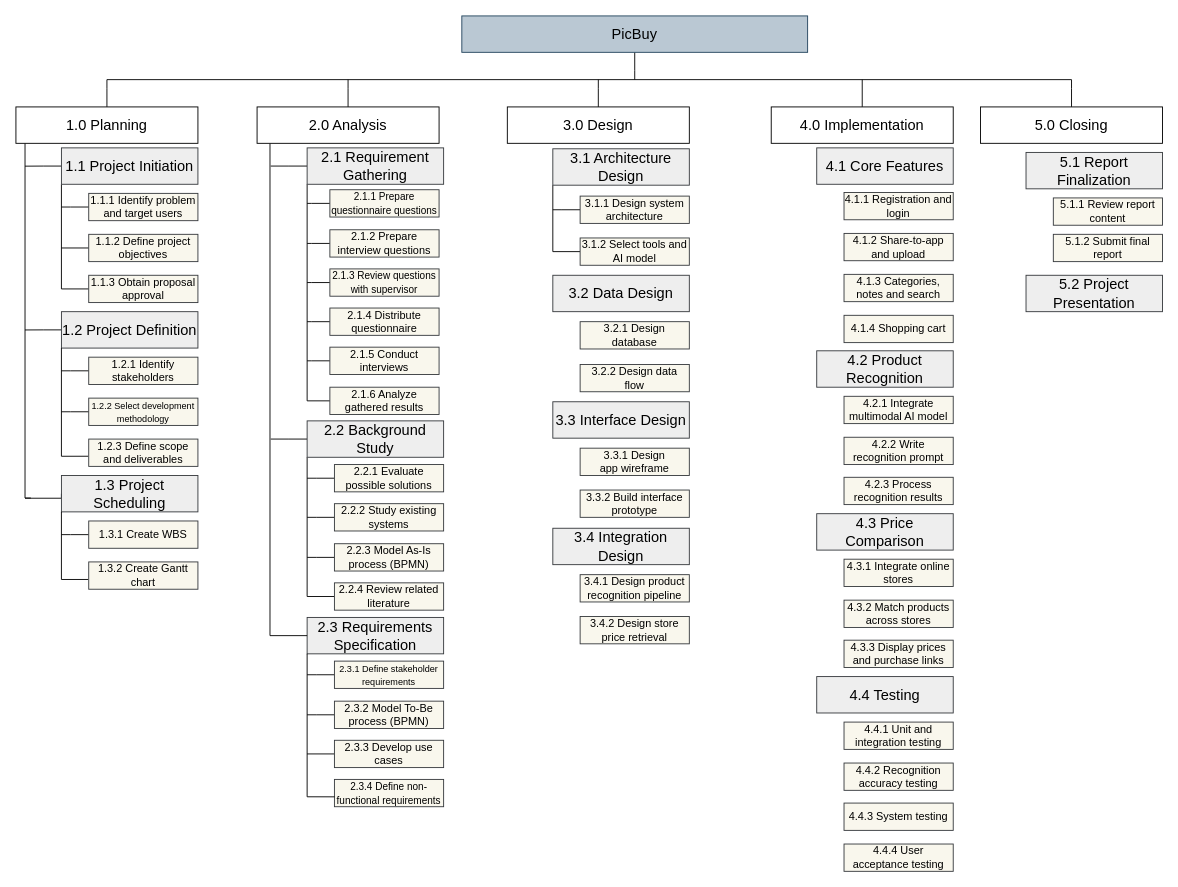
Earlier version of the draw.io diagram GP1-Models.drawio (Ameerarmh/PicBuy). Source tidied: cells renumbered, new cells numbered last; positions are measured from the earlier drawing's top-left corner, leaving out a move shared by most shapes. Both pictures are drawn from the tidied source at 91%, with x=0, y=0 at pixel (15, 15).
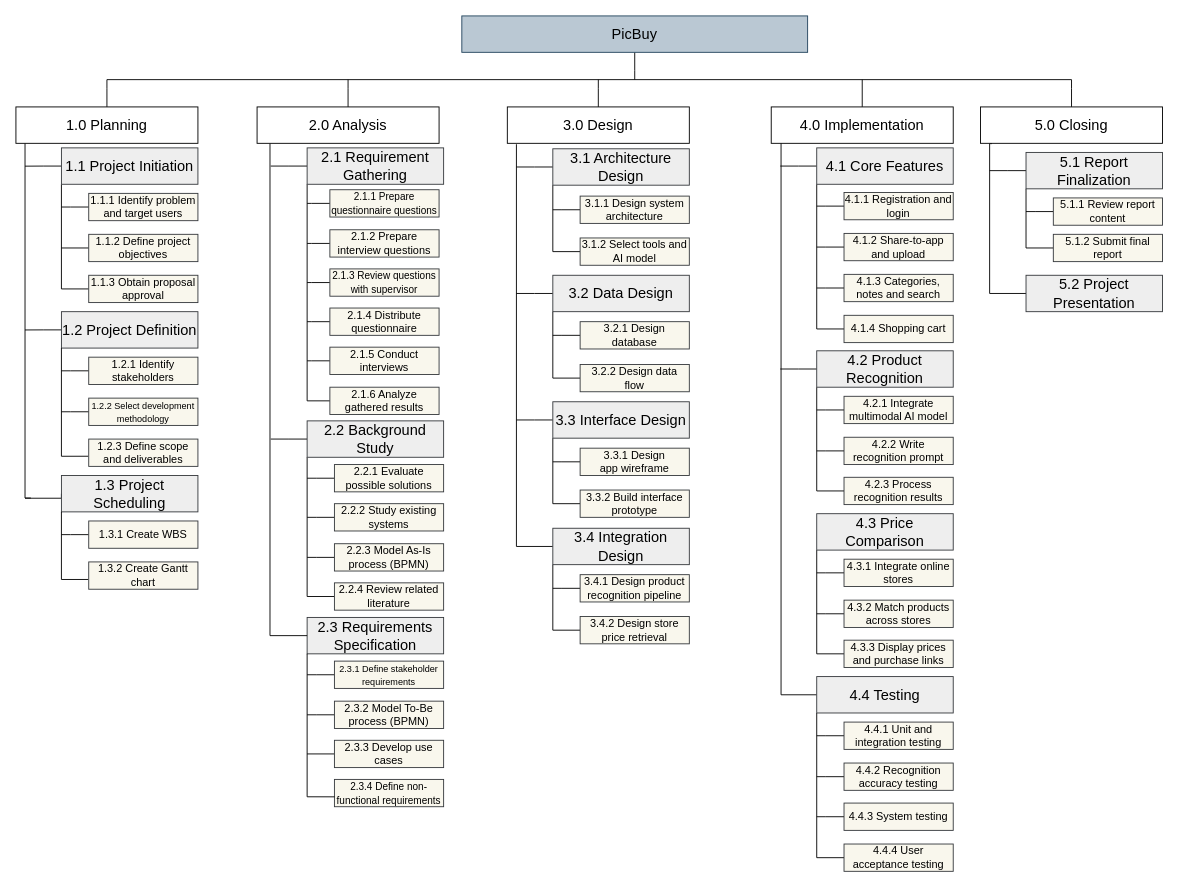
The same diagram, later.

Unchanged cells that the change refers to:
```xml
<mxCell id="3" value="&lt;span style=&quot;font-size: medium; text-align: start;&quot;&gt;5.0 Closing&lt;/span&gt;" style="rounded=0;whiteSpace=wrap;html=1;" parent="1" vertex="1">
<mxCell id="12" value="&lt;span style=&quot;font-size: medium; text-align: start;&quot;&gt;3.0 Design&lt;/span&gt;" style="rounded=0;whiteSpace=wrap;html=1;" parent="1" vertex="1">
<mxCell id="14" value="&lt;span style=&quot;font-size: medium; text-align: start;&quot;&gt;4.0 Implementation&lt;/span&gt;" style="rounded=0;whiteSpace=wrap;html=1;" parent="1" vertex="1">
<mxCell id="68" value="&lt;span style=&quot;font-size: medium; text-align: start;&quot;&gt;3.1 Architecture Design&lt;/span&gt;" style="rounded=0;whiteSpace=wrap;html=1;fillColor=#eeeeee;strokeColor=#36393d;" parent="1" vertex="1">
<mxCell id="69" value="&lt;span style=&quot;font-size: medium; text-align: start;&quot;&gt;3.3 Interface Design&lt;/span&gt;" style="rounded=0;whiteSpace=wrap;html=1;fillColor=#eeeeee;strokeColor=#36393d;" parent="1" vertex="1">
<mxCell id="70" value="&lt;span style=&quot;font-size: medium; text-align: start;&quot;&gt;3.2 Data Design&lt;/span&gt;" style="rounded=0;whiteSpace=wrap;html=1;fillColor=#eeeeee;strokeColor=#36393d;" parent="1" vertex="1">
<mxCell id="74" value="&lt;span style=&quot;text-align: start;&quot;&gt;&lt;font&gt;3.2.2 Design data flow&lt;/font&gt;&lt;/span&gt;" style="rounded=0;whiteSpace=wrap;html=1;fillColor=#f9f7ed;strokeColor=#36393d;" parent="1" vertex="1">
<mxCell id="75" value="&lt;span style=&quot;text-align: start;&quot;&gt;&lt;font&gt;3.2.1 Design database&lt;/font&gt;&lt;/span&gt;" style="rounded=0;whiteSpace=wrap;html=1;fillColor=#f9f7ed;strokeColor=#36393d;" parent="1" vertex="1">
<mxCell id="76" value="&lt;span style=&quot;text-align: start;&quot;&gt;&lt;font&gt;3.3.2 Build interface prototype&lt;/font&gt;&lt;/span&gt;" style="rounded=0;whiteSpace=wrap;html=1;fillColor=#f9f7ed;strokeColor=#36393d;" parent="1" vertex="1">
<mxCell id="77" value="&lt;span style=&quot;text-align: start;&quot;&gt;&lt;font&gt;3.3.1 Design app&amp;nbsp;&lt;/font&gt;&lt;/span&gt;wireframe" style="rounded=0;whiteSpace=wrap;html=1;fillColor=#f9f7ed;strokeColor=#36393d;" parent="1" vertex="1">
<mxCell id="78" value="&lt;span style=&quot;font-size: medium; text-align: start;&quot;&gt;3.4 Integration Design&lt;/span&gt;" style="rounded=0;whiteSpace=wrap;html=1;fillColor=#eeeeee;strokeColor=#36393d;" parent="1" vertex="1">
<mxCell id="79" value="&lt;span style=&quot;text-align: start;&quot;&gt;&lt;font&gt;3.4.2 Design store price retrieval&lt;/font&gt;&lt;/span&gt;" style="rounded=0;whiteSpace=wrap;html=1;fillColor=#f9f7ed;strokeColor=#36393d;" parent="1" vertex="1">
<mxCell id="80" value="&lt;span style=&quot;text-align: start;&quot;&gt;&lt;font&gt;3.4.1 Design product recognition pipeline&lt;/font&gt;&lt;/span&gt;" style="rounded=0;whiteSpace=wrap;html=1;fillColor=#f9f7ed;strokeColor=#36393d;" parent="1" vertex="1">
<mxCell id="81" value="&lt;span style=&quot;font-size: medium; text-align: start;&quot;&gt;4.1 Core Features&lt;/span&gt;" style="rounded=0;whiteSpace=wrap;html=1;fillColor=#eeeeee;strokeColor=#36393d;" parent="1" vertex="1">
<mxCell id="82" value="&lt;span style=&quot;text-align: start;&quot;&gt;&lt;font&gt;4.1.4 Shopping cart&lt;/font&gt;&lt;/span&gt;" style="rounded=0;whiteSpace=wrap;html=1;fillColor=#f9f7ed;strokeColor=#36393d;" parent="1" vertex="1">
<mxCell id="83" value="&lt;span style=&quot;text-align: start;&quot;&gt;&lt;font&gt;4.1.3 Categories, notes and search&lt;/font&gt;&lt;/span&gt;" style="rounded=0;whiteSpace=wrap;html=1;fillColor=#f9f7ed;strokeColor=#36393d;" parent="1" vertex="1">
<mxCell id="84" value="&lt;span style=&quot;text-align: start;&quot;&gt;&lt;font&gt;4.1.2 Share-to-app and upload&lt;/font&gt;&lt;/span&gt;" style="rounded=0;whiteSpace=wrap;html=1;fillColor=#f9f7ed;strokeColor=#36393d;" parent="1" vertex="1">
<mxCell id="85" value="&lt;span style=&quot;text-align: start;&quot;&gt;&lt;font&gt;4.1.1 Registration and login&lt;/font&gt;&lt;/span&gt;" style="rounded=0;whiteSpace=wrap;html=1;fillColor=#f9f7ed;strokeColor=#36393d;" parent="1" vertex="1">
<mxCell id="86" value="&lt;span style=&quot;font-size: medium; text-align: start;&quot;&gt;4.2 Product Recognition&lt;/span&gt;" style="rounded=0;whiteSpace=wrap;html=1;fillColor=#eeeeee;strokeColor=#36393d;" parent="1" vertex="1">
<mxCell id="87" value="&lt;span style=&quot;text-align: start;&quot;&gt;&lt;font&gt;4.2.2 Write recognition prompt&lt;/font&gt;&lt;/span&gt;" style="rounded=0;whiteSpace=wrap;html=1;fillColor=#f9f7ed;strokeColor=#36393d;" parent="1" vertex="1">
<mxCell id="88" value="&lt;span style=&quot;text-align: start;&quot;&gt;&lt;font&gt;4.2.1 Integrate multimodal AI model&lt;/font&gt;&lt;/span&gt;" style="rounded=0;whiteSpace=wrap;html=1;fillColor=#f9f7ed;strokeColor=#36393d;" parent="1" vertex="1">
<mxCell id="89" value="&lt;span style=&quot;font-size: medium; text-align: start;&quot;&gt;4.3 Price Comparison&lt;/span&gt;" style="rounded=0;whiteSpace=wrap;html=1;fillColor=#eeeeee;strokeColor=#36393d;" parent="1" vertex="1">
<mxCell id="90" value="&lt;span style=&quot;text-align: start;&quot;&gt;&lt;font&gt;4.3.3 Display prices and purchase links&lt;/font&gt;&lt;/span&gt;" style="rounded=0;whiteSpace=wrap;html=1;fillColor=#f9f7ed;strokeColor=#36393d;" parent="1" vertex="1">
<mxCell id="91" value="&lt;span style=&quot;text-align: start;&quot;&gt;&lt;font&gt;4.3.2 Match products across stores&lt;/font&gt;&lt;/span&gt;" style="rounded=0;whiteSpace=wrap;html=1;fillColor=#f9f7ed;strokeColor=#36393d;" parent="1" vertex="1">
<mxCell id="92" value="&lt;span style=&quot;text-align: start;&quot;&gt;&lt;font&gt;4.3.1 Integrate online stores&lt;/font&gt;&lt;/span&gt;" style="rounded=0;whiteSpace=wrap;html=1;fillColor=#f9f7ed;strokeColor=#36393d;" parent="1" vertex="1">
<mxCell id="93" value="&lt;span style=&quot;font-size: medium; text-align: start;&quot;&gt;4.4 Testing&lt;/span&gt;" style="rounded=0;whiteSpace=wrap;html=1;fillColor=#eeeeee;strokeColor=#36393d;" parent="1" vertex="1">
<mxCell id="94" value="&lt;span style=&quot;text-align: start;&quot;&gt;&lt;font&gt;4.4.3 System testing&lt;/font&gt;&lt;/span&gt;" style="rounded=0;whiteSpace=wrap;html=1;fillColor=#f9f7ed;strokeColor=#36393d;" parent="1" vertex="1">
<mxCell id="95" value="&lt;span style=&quot;text-align: start;&quot;&gt;&lt;font&gt;4.4.2 Recognition accuracy testing&lt;/font&gt;&lt;/span&gt;" style="rounded=0;whiteSpace=wrap;html=1;fillColor=#f9f7ed;strokeColor=#36393d;" parent="1" vertex="1">
<mxCell id="96" value="&lt;span style=&quot;text-align: start;&quot;&gt;&lt;font&gt;4.4.1 Unit and integration testing&lt;/font&gt;&lt;/span&gt;" style="rounded=0;whiteSpace=wrap;html=1;fillColor=#f9f7ed;strokeColor=#36393d;" parent="1" vertex="1">
<mxCell id="97" value="&lt;span style=&quot;font-size: medium; text-align: start;&quot;&gt;5.1 Report Finalization&lt;/span&gt;" style="rounded=0;whiteSpace=wrap;html=1;fillColor=#eeeeee;strokeColor=#36393d;" parent="1" vertex="1">
<mxCell id="98" value="&lt;span style=&quot;text-align: start;&quot;&gt;&lt;font&gt;5.1.2 Submit final report&lt;/font&gt;&lt;/span&gt;" style="rounded=0;whiteSpace=wrap;html=1;fillColor=#f9f7ed;strokeColor=#36393d;" parent="1" vertex="1">
<mxCell id="99" value="&lt;span style=&quot;text-align: start;&quot;&gt;&lt;font&gt;5.1.1 Review report content&lt;/font&gt;&lt;/span&gt;" style="rounded=0;whiteSpace=wrap;html=1;fillColor=#f9f7ed;strokeColor=#36393d;" parent="1" vertex="1">
<mxCell id="100" value="&lt;span style=&quot;font-size: medium; text-align: start;&quot;&gt;5.2 Project Presentation&lt;/span&gt;" style="rounded=0;whiteSpace=wrap;html=1;fillColor=#eeeeee;strokeColor=#36393d;" parent="1" vertex="1">
<mxCell id="101" value="&lt;span style=&quot;text-align: start;&quot;&gt;&lt;font&gt;4.4.4 User acceptance testing&lt;/font&gt;&lt;/span&gt;" style="rounded=0;whiteSpace=wrap;html=1;fillColor=#f9f7ed;strokeColor=#36393d;" parent="1" vertex="1">
<mxCell id="102" value="&lt;span style=&quot;text-align: start;&quot;&gt;&lt;font&gt;4.2.3 Process recognition results&lt;/font&gt;&lt;/span&gt;" style="rounded=0;whiteSpace=wrap;html=1;fillColor=#f9f7ed;strokeColor=#36393d;" parent="1" vertex="1">
```

Change to the diagram source:
```diff
@@
+    <mxCell id="108" style="edgeStyle=orthogonalEdgeStyle;shape=connector;rounded=0;jettySize=auto;html=1;exitX=0.063;exitY=1.008;exitDx=0;exitDy=0;entryX=0;entryY=0.5;entryDx=0;entryDy=0;strokeColor=default;align=center;verticalAlign=middle;fontFamily=Helvetica;fontSize=11;fontColor=default;labelBackgroundColor=default;startArrow=none;startFill=0;endArrow=none;endFill=0;exitPerimeter=0;" parent="1" edge="1" source="3" target="100">
+      <mxGeometry relative="1" as="geometry">
+        <Array as="points">
+          <mxPoint x="1070" y="140.3" />
+          <mxPoint x="1070" y="305" />
+        </Array>
+      </mxGeometry>
+    </mxCell>
@@
+    <mxCell id="109" style="edgeStyle=orthogonalEdgeStyle;shape=connector;rounded=0;jettySize=auto;html=1;exitX=0.05;exitY=1.025;exitDx=0;exitDy=0;entryX=0;entryY=0.5;entryDx=0;entryDy=0;strokeColor=default;align=center;verticalAlign=middle;fontFamily=Helvetica;fontSize=11;fontColor=default;labelBackgroundColor=default;startArrow=none;startFill=0;endArrow=none;endFill=0;exitPerimeter=0;" parent="1" edge="1" source="12" target="78">
+      <mxGeometry relative="1" as="geometry" />
+    </mxCell>
@@
+    <mxCell id="110" style="edgeStyle=orthogonalEdgeStyle;shape=connector;rounded=0;jettySize=auto;html=1;exitX=0.054;exitY=0.925;exitDx=0;exitDy=0;entryX=0;entryY=0.5;entryDx=0;entryDy=0;strokeColor=default;align=center;verticalAlign=middle;fontFamily=Helvetica;fontSize=11;fontColor=default;labelBackgroundColor=default;startArrow=none;startFill=0;endArrow=none;endFill=0;exitPerimeter=0;" parent="1" edge="1" source="14" target="93">
+      <mxGeometry relative="1" as="geometry" />
+    </mxCell>
@@
+    <mxCell id="111" style="edgeStyle=orthogonalEdgeStyle;shape=connector;rounded=0;jettySize=auto;html=1;strokeColor=default;align=center;verticalAlign=middle;fontFamily=Helvetica;fontSize=11;fontColor=default;labelBackgroundColor=default;startArrow=none;startFill=0;endArrow=none;endFill=0;" parent="1" edge="1" source="68">
+      <mxGeometry relative="1" as="geometry">
+        <mxPoint x="550" y="166" as="targetPoint" />
+      </mxGeometry>
+    </mxCell>
@@
+    <mxCell id="112" style="edgeStyle=orthogonalEdgeStyle;shape=connector;rounded=0;jettySize=auto;html=1;strokeColor=default;align=center;verticalAlign=middle;fontFamily=Helvetica;fontSize=11;fontColor=default;labelBackgroundColor=default;startArrow=none;startFill=0;endArrow=none;endFill=0;" parent="1" edge="1" source="69">
+      <mxGeometry relative="1" as="geometry">
+        <mxPoint x="550" y="444" as="targetPoint" />
+      </mxGeometry>
+    </mxCell>
+    <mxCell id="113" style="edgeStyle=orthogonalEdgeStyle;shape=connector;rounded=0;jettySize=auto;html=1;exitX=0;exitY=1;exitDx=0;exitDy=0;entryX=0;entryY=0.5;entryDx=0;entryDy=0;strokeColor=default;align=center;verticalAlign=middle;fontFamily=Helvetica;fontSize=11;fontColor=default;labelBackgroundColor=default;startArrow=none;startFill=0;endArrow=none;endFill=0;" parent="1" edge="1" source="69" target="76">
+      <mxGeometry relative="1" as="geometry" />
+    </mxCell>
@@
+    <mxCell id="114" style="edgeStyle=orthogonalEdgeStyle;shape=connector;rounded=0;jettySize=auto;html=1;strokeColor=default;align=center;verticalAlign=middle;fontFamily=Helvetica;fontSize=11;fontColor=default;labelBackgroundColor=default;startArrow=none;startFill=0;endArrow=none;endFill=0;" parent="1" edge="1" source="70">
+      <mxGeometry relative="1" as="geometry">
+        <mxPoint x="550" y="305" as="targetPoint" />
+      </mxGeometry>
+    </mxCell>
+    <mxCell id="115" style="edgeStyle=orthogonalEdgeStyle;shape=connector;rounded=0;jettySize=auto;html=1;exitX=0;exitY=1;exitDx=0;exitDy=0;entryX=0;entryY=0.5;entryDx=0;entryDy=0;strokeColor=default;align=center;verticalAlign=middle;fontFamily=Helvetica;fontSize=11;fontColor=default;labelBackgroundColor=default;startArrow=none;startFill=0;endArrow=none;endFill=0;" parent="1" edge="1" source="70" target="74">
+      <mxGeometry relative="1" as="geometry" />
+    </mxCell>
@@
+    <mxCell id="116" style="edgeStyle=orthogonalEdgeStyle;shape=connector;rounded=0;jettySize=auto;html=1;strokeColor=default;align=center;verticalAlign=middle;fontFamily=Helvetica;fontSize=11;fontColor=default;labelBackgroundColor=default;startArrow=none;startFill=0;endArrow=none;endFill=0;" parent="1" edge="1" source="75">
+      <mxGeometry relative="1" as="geometry">
+        <mxPoint x="590" y="351" as="targetPoint" />
+      </mxGeometry>
+    </mxCell>
@@
+    <mxCell id="117" style="edgeStyle=orthogonalEdgeStyle;shape=connector;rounded=0;jettySize=auto;html=1;strokeColor=default;align=center;verticalAlign=middle;fontFamily=Helvetica;fontSize=11;fontColor=default;labelBackgroundColor=default;startArrow=none;startFill=0;endArrow=none;endFill=0;" parent="1" edge="1" source="77">
+      <mxGeometry relative="1" as="geometry">
+        <mxPoint x="590" y="490" as="targetPoint" />
+      </mxGeometry>
+    </mxCell>
@@
+    <mxCell id="118" style="edgeStyle=orthogonalEdgeStyle;shape=connector;rounded=0;jettySize=auto;html=1;exitX=0;exitY=1;exitDx=0;exitDy=0;entryX=0;entryY=0.5;entryDx=0;entryDy=0;strokeColor=default;align=center;verticalAlign=middle;fontFamily=Helvetica;fontSize=11;fontColor=default;labelBackgroundColor=default;startArrow=none;startFill=0;endArrow=none;endFill=0;" parent="1" edge="1" source="78" target="79">
+      <mxGeometry relative="1" as="geometry" />
+    </mxCell>
@@
+    <mxCell id="119" style="edgeStyle=orthogonalEdgeStyle;shape=connector;rounded=0;jettySize=auto;html=1;strokeColor=default;align=center;verticalAlign=middle;fontFamily=Helvetica;fontSize=11;fontColor=default;labelBackgroundColor=default;startArrow=none;startFill=0;endArrow=none;endFill=0;" parent="1" edge="1" source="80">
+      <mxGeometry relative="1" as="geometry">
+        <mxPoint x="590" y="629" as="targetPoint" />
+      </mxGeometry>
+    </mxCell>
@@
+    <mxCell id="120" style="edgeStyle=orthogonalEdgeStyle;shape=connector;rounded=0;jettySize=auto;html=1;strokeColor=default;align=center;verticalAlign=middle;fontFamily=Helvetica;fontSize=11;fontColor=default;labelBackgroundColor=default;startArrow=none;startFill=0;endArrow=none;endFill=0;" parent="1" edge="1" source="81">
+      <mxGeometry relative="1" as="geometry">
+        <mxPoint x="840" y="165" as="targetPoint" />
+      </mxGeometry>
+    </mxCell>
+    <mxCell id="121" style="edgeStyle=orthogonalEdgeStyle;shape=connector;rounded=0;jettySize=auto;html=1;exitX=0;exitY=1;exitDx=0;exitDy=0;entryX=0;entryY=0.5;entryDx=0;entryDy=0;strokeColor=default;align=center;verticalAlign=middle;fontFamily=Helvetica;fontSize=11;fontColor=default;labelBackgroundColor=default;startArrow=none;startFill=0;endArrow=none;endFill=0;" parent="1" edge="1" source="81" target="82">
+      <mxGeometry relative="1" as="geometry" />
+    </mxCell>
@@
+    <mxCell id="122" style="edgeStyle=orthogonalEdgeStyle;shape=connector;rounded=0;jettySize=auto;html=1;strokeColor=default;align=center;verticalAlign=middle;fontFamily=Helvetica;fontSize=11;fontColor=default;labelBackgroundColor=default;startArrow=none;startFill=0;endArrow=none;endFill=0;" parent="1" edge="1" source="83">
+      <mxGeometry relative="1" as="geometry">
+        <mxPoint x="880" y="299" as="targetPoint" />
+      </mxGeometry>
+    </mxCell>
@@
+    <mxCell id="123" style="edgeStyle=orthogonalEdgeStyle;shape=connector;rounded=0;jettySize=auto;html=1;strokeColor=default;align=center;verticalAlign=middle;fontFamily=Helvetica;fontSize=11;fontColor=default;labelBackgroundColor=default;startArrow=none;startFill=0;endArrow=none;endFill=0;" parent="1" edge="1" source="84">
+      <mxGeometry relative="1" as="geometry">
+        <mxPoint x="880" y="254" as="targetPoint" />
+      </mxGeometry>
+    </mxCell>
@@
+    <mxCell id="124" style="edgeStyle=orthogonalEdgeStyle;shape=connector;rounded=0;jettySize=auto;html=1;strokeColor=default;align=center;verticalAlign=middle;fontFamily=Helvetica;fontSize=11;fontColor=default;labelBackgroundColor=default;startArrow=none;startFill=0;endArrow=none;endFill=0;" parent="1" edge="1" source="85">
+      <mxGeometry relative="1" as="geometry">
+        <mxPoint x="880" y="209" as="targetPoint" />
+      </mxGeometry>
+    </mxCell>
@@
+    <mxCell id="125" style="edgeStyle=orthogonalEdgeStyle;shape=connector;rounded=0;jettySize=auto;html=1;strokeColor=default;align=center;verticalAlign=middle;fontFamily=Helvetica;fontSize=11;fontColor=default;labelBackgroundColor=default;startArrow=none;startFill=0;endArrow=none;endFill=0;" parent="1" edge="1" source="86">
+      <mxGeometry relative="1" as="geometry">
+        <mxPoint x="840" y="388" as="targetPoint" />
+      </mxGeometry>
+    </mxCell>
+    <mxCell id="126" style="edgeStyle=orthogonalEdgeStyle;shape=connector;rounded=0;jettySize=auto;html=1;exitX=0;exitY=1;exitDx=0;exitDy=0;entryX=0;entryY=0.5;entryDx=0;entryDy=0;strokeColor=default;align=center;verticalAlign=middle;fontFamily=Helvetica;fontSize=11;fontColor=default;labelBackgroundColor=default;startArrow=none;startFill=0;endArrow=none;endFill=0;" parent="1" edge="1" source="86" target="102">
+      <mxGeometry relative="1" as="geometry" />
+    </mxCell>
@@
+    <mxCell id="127" style="edgeStyle=orthogonalEdgeStyle;shape=connector;rounded=0;jettySize=auto;html=1;strokeColor=default;align=center;verticalAlign=middle;fontFamily=Helvetica;fontSize=11;fontColor=default;labelBackgroundColor=default;startArrow=none;startFill=0;endArrow=none;endFill=0;" parent="1" edge="1" source="87">
+      <mxGeometry relative="1" as="geometry">
+        <mxPoint x="880" y="478" as="targetPoint" />
+      </mxGeometry>
+    </mxCell>
@@
+    <mxCell id="128" style="edgeStyle=orthogonalEdgeStyle;shape=connector;rounded=0;jettySize=auto;html=1;strokeColor=default;align=center;verticalAlign=middle;fontFamily=Helvetica;fontSize=11;fontColor=default;labelBackgroundColor=default;startArrow=none;startFill=0;endArrow=none;endFill=0;" parent="1" edge="1" source="88">
+      <mxGeometry relative="1" as="geometry">
+        <mxPoint x="880" y="433" as="targetPoint" />
+      </mxGeometry>
+    </mxCell>
@@
+    <mxCell id="129" style="edgeStyle=orthogonalEdgeStyle;shape=connector;rounded=0;jettySize=auto;html=1;exitX=0;exitY=1;exitDx=0;exitDy=0;entryX=0;entryY=0.5;entryDx=0;entryDy=0;strokeColor=default;align=center;verticalAlign=middle;fontFamily=Helvetica;fontSize=11;fontColor=default;labelBackgroundColor=default;startArrow=none;startFill=0;endArrow=none;endFill=0;" parent="1" edge="1" source="89" target="90">
+      <mxGeometry relative="1" as="geometry" />
+    </mxCell>
@@
+    <mxCell id="130" style="edgeStyle=orthogonalEdgeStyle;shape=connector;rounded=0;jettySize=auto;html=1;strokeColor=default;align=center;verticalAlign=middle;fontFamily=Helvetica;fontSize=11;fontColor=default;labelBackgroundColor=default;startArrow=none;startFill=0;endArrow=none;endFill=0;" parent="1" edge="1" source="91">
+      <mxGeometry relative="1" as="geometry">
+        <mxPoint x="880" y="657" as="targetPoint" />
+      </mxGeometry>
+    </mxCell>
@@
+    <mxCell id="131" style="edgeStyle=orthogonalEdgeStyle;shape=connector;rounded=0;jettySize=auto;html=1;strokeColor=default;align=center;verticalAlign=middle;fontFamily=Helvetica;fontSize=11;fontColor=default;labelBackgroundColor=default;startArrow=none;startFill=0;endArrow=none;endFill=0;" parent="1" edge="1" source="92">
+      <mxGeometry relative="1" as="geometry">
+        <mxPoint x="880" y="612" as="targetPoint" />
+      </mxGeometry>
+    </mxCell>
@@
+    <mxCell id="132" style="edgeStyle=orthogonalEdgeStyle;shape=connector;rounded=0;jettySize=auto;html=1;exitX=0;exitY=1;exitDx=0;exitDy=0;entryX=0;entryY=0.5;entryDx=0;entryDy=0;strokeColor=default;align=center;verticalAlign=middle;fontFamily=Helvetica;fontSize=11;fontColor=default;labelBackgroundColor=default;startArrow=none;startFill=0;endArrow=none;endFill=0;" parent="1" edge="1" source="93" target="101">
+      <mxGeometry relative="1" as="geometry" />
+    </mxCell>
@@
+    <mxCell id="133" style="edgeStyle=orthogonalEdgeStyle;shape=connector;rounded=0;jettySize=auto;html=1;strokeColor=default;align=center;verticalAlign=middle;fontFamily=Helvetica;fontSize=11;fontColor=default;labelBackgroundColor=default;startArrow=none;startFill=0;endArrow=none;endFill=0;" parent="1" edge="1" source="94">
+      <mxGeometry relative="1" as="geometry">
+        <mxPoint x="880" y="880" as="targetPoint" />
+      </mxGeometry>
+    </mxCell>
@@
+    <mxCell id="134" style="edgeStyle=orthogonalEdgeStyle;shape=connector;rounded=0;jettySize=auto;html=1;strokeColor=default;align=center;verticalAlign=middle;fontFamily=Helvetica;fontSize=11;fontColor=default;labelBackgroundColor=default;startArrow=none;startFill=0;endArrow=none;endFill=0;" parent="1" edge="1" source="95">
+      <mxGeometry relative="1" as="geometry">
+        <mxPoint x="880" y="836" as="targetPoint" />
+      </mxGeometry>
+    </mxCell>
@@
+    <mxCell id="135" style="edgeStyle=orthogonalEdgeStyle;shape=connector;rounded=0;jettySize=auto;html=1;strokeColor=default;align=center;verticalAlign=middle;fontFamily=Helvetica;fontSize=11;fontColor=default;labelBackgroundColor=default;startArrow=none;startFill=0;endArrow=none;endFill=0;" parent="1" edge="1" source="96">
+      <mxGeometry relative="1" as="geometry">
+        <mxPoint x="880" y="791" as="targetPoint" />
+      </mxGeometry>
+    </mxCell>
@@
+    <mxCell id="136" style="edgeStyle=orthogonalEdgeStyle;shape=connector;rounded=0;jettySize=auto;html=1;strokeColor=default;align=center;verticalAlign=middle;fontFamily=Helvetica;fontSize=11;fontColor=default;labelBackgroundColor=default;startArrow=none;startFill=0;endArrow=none;endFill=0;" parent="1" edge="1" source="97">
+      <mxGeometry relative="1" as="geometry">
+        <mxPoint x="1070" y="170" as="targetPoint" />
+      </mxGeometry>
+    </mxCell>
+    <mxCell id="137" style="edgeStyle=orthogonalEdgeStyle;shape=connector;rounded=0;jettySize=auto;html=1;exitX=0;exitY=1;exitDx=0;exitDy=0;entryX=0;entryY=0.5;entryDx=0;entryDy=0;strokeColor=default;align=center;verticalAlign=middle;fontFamily=Helvetica;fontSize=11;fontColor=default;labelBackgroundColor=default;startArrow=none;startFill=0;endArrow=none;endFill=0;" parent="1" edge="1" source="97" target="98">
+      <mxGeometry relative="1" as="geometry" />
+    </mxCell>
@@
+    <mxCell id="138" style="edgeStyle=orthogonalEdgeStyle;shape=connector;rounded=0;jettySize=auto;html=1;strokeColor=default;align=center;verticalAlign=middle;fontFamily=Helvetica;fontSize=11;fontColor=default;labelBackgroundColor=default;startArrow=none;startFill=0;endArrow=none;endFill=0;" parent="1" edge="1" source="99">
+      <mxGeometry relative="1" as="geometry">
+        <mxPoint x="1110" y="215" as="targetPoint" />
+      </mxGeometry>
+    </mxCell>
```
